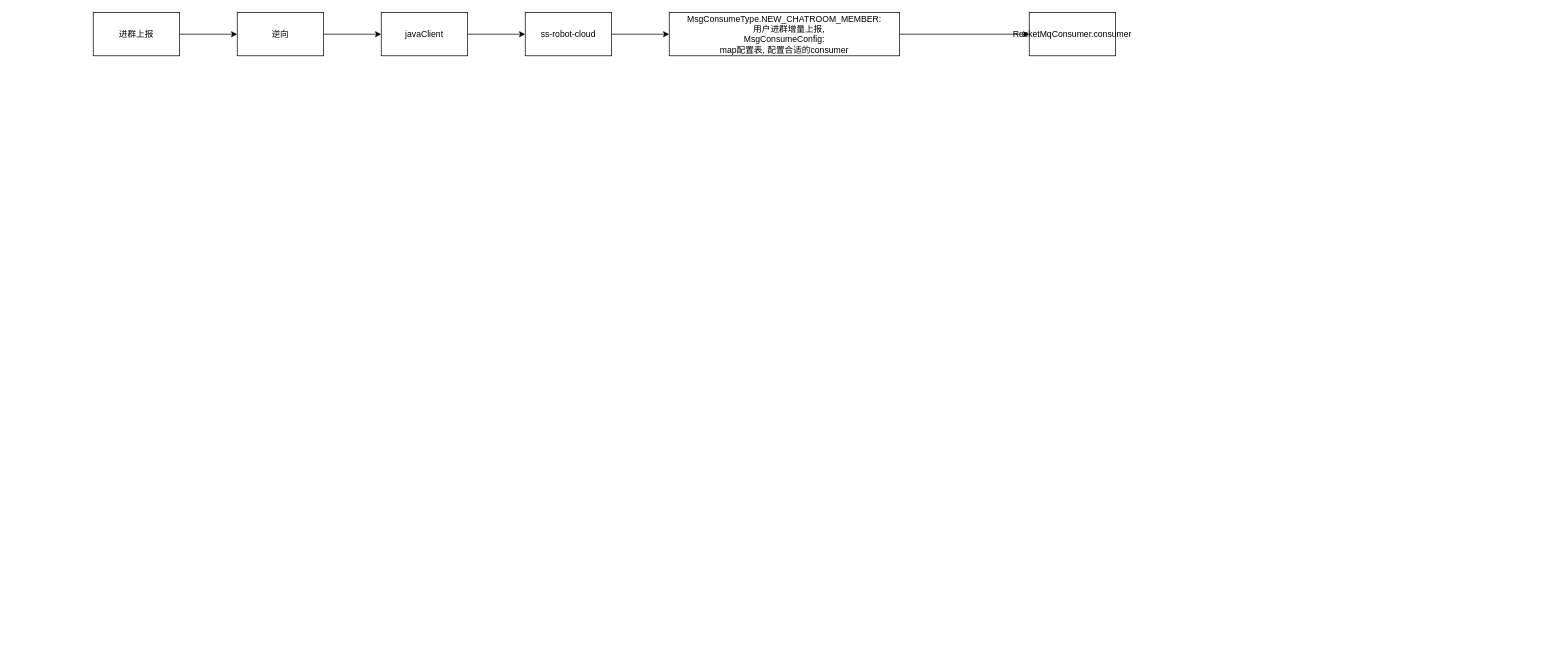
1819011603/- keeps this draw.io diagram as JoinChatRoom上报.drawio. Above is the earlier version. Source tidied: cells renumbered, new cells numbered last; positions are measured from the earlier drawing's top-left corner, leaving out a move shared by most shapes. Both pictures are drawn from the tidied source at 72%, with x=0, y=0 at pixel (93, 12).
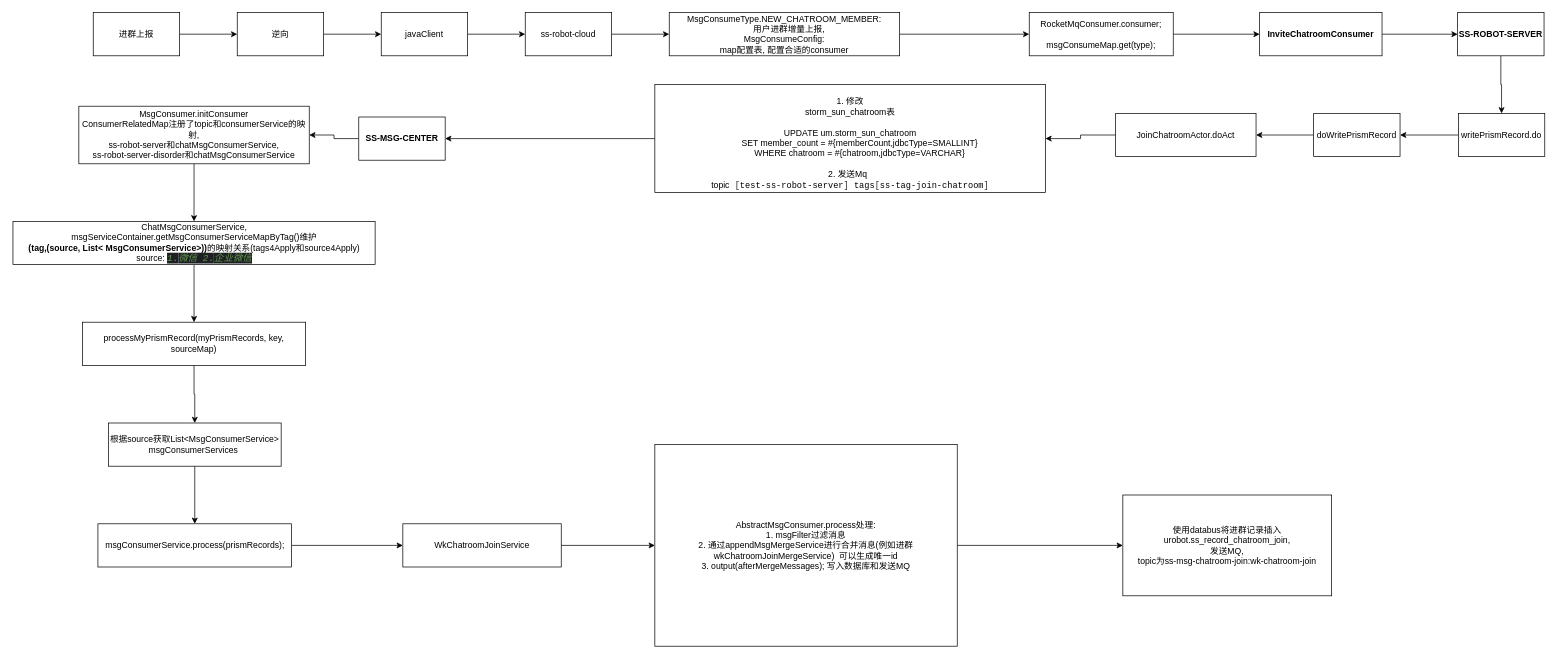
The same diagram, later.

What changed in the source:
```diff
@@
+    <mxCell id="13" style="edgeStyle=orthogonalEdgeStyle;rounded=0;jettySize=auto;html=1;" parent="1" edge="1" source="12" target="15">
+      <mxGeometry relative="1" as="geometry" />
+    </mxCell>
-    <mxCell id="12" value="RocketMqConsumer.consumer" style="whiteSpace=wrap;html=1;rounded=0;" parent="1" vertex="1">
-      <mxGeometry x="1300" width="120" height="60" as="geometry" />
+    <mxCell id="12" value="RocketMqConsumer.consumer;&lt;br&gt;&lt;br&gt;msgConsumeMap.get(type);" style="whiteSpace=wrap;html=1;rounded=0;" parent="1" vertex="1">
+      <mxGeometry x="1300" width="200" height="60" as="geometry" />
     </mxCell>
+    <mxCell id="14" style="edgeStyle=orthogonalEdgeStyle;rounded=0;jettySize=auto;html=1;" parent="1" edge="1" source="15" target="17">
+      <mxGeometry relative="1" as="geometry" />
+    </mxCell>
+    <mxCell id="15" value="&lt;b&gt;InviteChatroomConsumer&lt;/b&gt;" style="whiteSpace=wrap;html=1;rounded=0;" parent="1" vertex="1">
+      <mxGeometry x="1620" width="170" height="60" as="geometry" />
+    </mxCell>
+    <mxCell id="16" style="edgeStyle=orthogonalEdgeStyle;rounded=0;jettySize=auto;html=1;" parent="1" edge="1" source="17" target="19">
+      <mxGeometry relative="1" as="geometry" />
+    </mxCell>
+    <mxCell id="17" value="&lt;b&gt;SS-ROBOT-SERVER&lt;/b&gt;" style="whiteSpace=wrap;html=1;rounded=0;" parent="1" vertex="1">
+      <mxGeometry x="1895" width="120" height="60" as="geometry" />
+    </mxCell>
+    <mxCell id="18" style="edgeStyle=orthogonalEdgeStyle;rounded=0;jettySize=auto;html=1;" parent="1" edge="1" source="19" target="21">
+      <mxGeometry relative="1" as="geometry" />
+    </mxCell>
+    <mxCell id="19" value="writePrismRecord.do" style="whiteSpace=wrap;html=1;rounded=0;" parent="1" vertex="1">
+      <mxGeometry x="1896" y="140" width="120" height="60" as="geometry" />
+    </mxCell>
+    <mxCell id="20" style="edgeStyle=orthogonalEdgeStyle;rounded=0;jettySize=auto;html=1;" parent="1" edge="1" source="21" target="23">
+      <mxGeometry relative="1" as="geometry" />
+    </mxCell>
+    <mxCell id="21" value="doWritePrismRecord" style="whiteSpace=wrap;html=1;rounded=0;" parent="1" vertex="1">
+      <mxGeometry x="1695" y="140" width="120" height="60" as="geometry" />
+    </mxCell>
+    <mxCell id="22" style="edgeStyle=orthogonalEdgeStyle;rounded=0;jettySize=auto;html=1;" parent="1" edge="1" source="23" target="25">
+      <mxGeometry relative="1" as="geometry" />
+    </mxCell>
+    <mxCell id="23" value="JoinChatroomActor.doAct" style="whiteSpace=wrap;html=1;rounded=0;" parent="1" vertex="1">
+      <mxGeometry x="1420" y="140" width="195" height="60" as="geometry" />
+    </mxCell>
+    <mxCell id="24" style="edgeStyle=orthogonalEdgeStyle;rounded=0;jettySize=auto;html=1;" parent="1" edge="1" source="25" target="27">
+      <mxGeometry relative="1" as="geometry" />
+    </mxCell>
+    <mxCell id="25" value="&lt;div&gt;&lt;br&gt;&lt;/div&gt;&lt;div&gt;1. 修改&lt;/div&gt;storm_sun_chatroom表&lt;br&gt;&lt;br&gt;&lt;div&gt;UPDATE um.storm_sun_chatroom&lt;/div&gt;&lt;div&gt;&amp;nbsp; &amp;nbsp; &amp;nbsp; &amp;nbsp; SET member_count = #{memberCount,jdbcType=SMALLINT}&lt;/div&gt;&lt;div&gt;&amp;nbsp; &amp;nbsp; &amp;nbsp; &amp;nbsp; WHERE chatroom = #{chatroom,jdbcType=VARCHAR}&lt;/div&gt;&lt;div&gt;&lt;br&gt;&lt;/div&gt;&lt;div&gt;2. 发送Mq&amp;nbsp;&amp;nbsp;&lt;/div&gt;topic&lt;span style=&quot;margin: 0px; padding: 0px; box-sizing: border-box; color: rgb(38, 38, 38); font-family: &amp;quot;Roboto Mono&amp;quot;, Consolas, Menlo, Courier, monospace; text-align: start; background-color: rgb(255, 255, 255);&quot; class=&quot;&quot;&gt; &lt;/span&gt;&lt;span style=&quot;margin: 0px; padding: 0px; box-sizing: border-box; color: rgb(38, 38, 38); font-family: &amp;quot;Roboto Mono&amp;quot;, Consolas, Menlo, Courier, monospace; text-align: start; background-color: rgb(255, 255, 255);&quot; class=&quot;&quot;&gt;[&lt;/span&gt;&lt;span style=&quot;margin: 0px; padding: 0px; box-sizing: border-box; color: var(--sls-public-txt-color-primary); cursor: pointer; font-family: &amp;quot;Roboto Mono&amp;quot;, Consolas, Menlo, Courier, monospace; text-align: start; background-color: rgb(255, 255, 255);&quot; class=&quot;sls-logDisplay-str-style&quot;&gt;test-ss-robot-server&lt;/span&gt;&lt;span style=&quot;margin: 0px; padding: 0px; box-sizing: border-box; color: rgb(38, 38, 38); font-family: &amp;quot;Roboto Mono&amp;quot;, Consolas, Menlo, Courier, monospace; text-align: start; background-color: rgb(255, 255, 255);&quot; class=&quot;&quot;&gt;]&lt;/span&gt;&lt;span style=&quot;margin: 0px; padding: 0px; box-sizing: border-box; color: rgb(38, 38, 38); font-family: &amp;quot;Roboto Mono&amp;quot;, Consolas, Menlo, Courier, monospace; text-align: start; background-color: rgb(255, 255, 255);&quot; class=&quot;&quot;&gt; &lt;/span&gt;&lt;span style=&quot;margin: 0px; padding: 0px; box-sizing: border-box; color: var(--sls-public-txt-color-primary); cursor: pointer; font-family: &amp;quot;Roboto Mono&amp;quot;, Consolas, Menlo, Courier, monospace; text-align: start; background-color: rgb(255, 255, 255);&quot; class=&quot;sls-logDisplay-str-style&quot;&gt;tags&lt;/span&gt;&lt;span style=&quot;margin: 0px; padding: 0px; box-sizing: border-box; color: rgb(38, 38, 38); font-family: &amp;quot;Roboto Mono&amp;quot;, Consolas, Menlo, Courier, monospace; text-align: start; background-color: rgb(255, 255, 255);&quot; class=&quot;&quot;&gt;[&lt;/span&gt;&lt;span style=&quot;margin: 0px; padding: 0px; box-sizing: border-box; color: var(--sls-public-txt-color-primary); cursor: pointer; font-family: &amp;quot;Roboto Mono&amp;quot;, Consolas, Menlo, Courier, monospace; text-align: start; background-color: rgb(255, 255, 255);&quot; class=&quot;sls-logDisplay-str-style&quot;&gt;ss-tag-join-chatroom&lt;/span&gt;&lt;span style=&quot;margin: 0px; padding: 0px; box-sizing: border-box; color: rgb(38, 38, 38); font-family: &amp;quot;Roboto Mono&amp;quot;, Consolas, Menlo, Courier, monospace; text-align: start; background-color: rgb(255, 255, 255);&quot; class=&quot;&quot;&gt;]&lt;/span&gt;" style="whiteSpace=wrap;html=1;rounded=0;" parent="1" vertex="1">
+      <mxGeometry x="780" y="100" width="542.5" height="150" as="geometry" />
+    </mxCell>
+    <mxCell id="26" style="edgeStyle=orthogonalEdgeStyle;rounded=0;jettySize=auto;html=1;" parent="1" edge="1" source="27" target="29">
+      <mxGeometry relative="1" as="geometry" />
+    </mxCell>
+    <mxCell id="27" value="&lt;b&gt;SS-MSG-CENTER&lt;/b&gt;" style="whiteSpace=wrap;html=1;rounded=0;" parent="1" vertex="1">
+      <mxGeometry x="368.8" y="145" width="120" height="60" as="geometry" />
+    </mxCell>
+    <mxCell id="28" style="edgeStyle=orthogonalEdgeStyle;rounded=0;jettySize=auto;html=1;" parent="1" edge="1" source="29" target="31">
+      <mxGeometry relative="1" as="geometry" />
+    </mxCell>
+    <mxCell id="29" value="MsgConsumer.initConsumer&lt;br&gt;ConsumerRelatedMap注册了topic和consumerService的映射,&lt;br&gt;ss-robot-server和chatMsgConsumerService,&lt;br&gt;ss-robot-server-disorder和chatMsgConsumerService" style="whiteSpace=wrap;html=1;rounded=0;" parent="1" vertex="1">
+      <mxGeometry x="-20" y="130" width="320" height="80" as="geometry" />
+    </mxCell>
+    <mxCell id="30" style="edgeStyle=orthogonalEdgeStyle;rounded=0;jettySize=auto;html=1;" parent="1" edge="1" source="31" target="33">
+      <mxGeometry relative="1" as="geometry" />
+    </mxCell>
+    <mxCell id="31" value="ChatMsgConsumerService,&lt;br&gt;msgServiceContainer.getMsgConsumerServiceMapByTag()维护&lt;br&gt;&lt;b&gt;(tag,(source, List&amp;lt;&amp;nbsp;MsgConsumerService&amp;gt;))&lt;/b&gt;&lt;span style=&quot;background-color: initial;&quot;&gt;的映射关系(tags4Apply和&lt;/span&gt;source4Apply)&lt;br&gt;source:&amp;nbsp;&lt;span style=&quot;background-color: rgb(30, 31, 34); font-family: &amp;quot;JetBrains Mono&amp;quot;, monospace; font-size: 9.8pt; color: rgb(98, 151, 85); font-style: italic;&quot;&gt;1.&lt;/span&gt;&lt;span style=&quot;background-color: rgb(30, 31, 34); font-size: 9.8pt; color: rgb(98, 151, 85); font-style: italic; font-family: Menlo-Regular, monospace;&quot;&gt;微信 &lt;/span&gt;&lt;span style=&quot;background-color: rgb(30, 31, 34); font-family: &amp;quot;JetBrains Mono&amp;quot;, monospace; font-size: 9.8pt; color: rgb(98, 151, 85); font-style: italic;&quot;&gt;2.&lt;/span&gt;&lt;span style=&quot;background-color: rgb(30, 31, 34); font-size: 9.8pt; color: rgb(98, 151, 85); font-style: italic; font-family: Menlo-Regular, monospace;&quot;&gt;企业微信&lt;/span&gt;" style="whiteSpace=wrap;html=1;rounded=0;" parent="1" vertex="1">
+      <mxGeometry x="-111.5" y="290" width="503" height="60" as="geometry" />
+    </mxCell>
+    <mxCell id="32" style="edgeStyle=orthogonalEdgeStyle;rounded=0;jettySize=auto;html=1;" parent="1" edge="1" source="33" target="35">
+      <mxGeometry relative="1" as="geometry" />
+    </mxCell>
+    <mxCell id="33" value="processMyPrismRecord(myPrismRecords, key, sourceMap)" style="whiteSpace=wrap;html=1;rounded=0;" parent="1" vertex="1">
+      <mxGeometry x="-15" y="430" width="310" height="60" as="geometry" />
+    </mxCell>
+    <mxCell id="34" style="edgeStyle=orthogonalEdgeStyle;rounded=0;jettySize=auto;html=1;" parent="1" edge="1" source="35" target="37">
+      <mxGeometry relative="1" as="geometry" />
+    </mxCell>
+    <mxCell id="35" value="根据source获取List&amp;lt;MsgConsumerService&amp;gt; msgConsumerServices&amp;nbsp;" style="whiteSpace=wrap;html=1;rounded=0;" parent="1" vertex="1">
+      <mxGeometry x="21" y="570" width="240" height="60" as="geometry" />
+    </mxCell>
+    <mxCell id="36" style="edgeStyle=orthogonalEdgeStyle;rounded=0;jettySize=auto;html=1;" parent="1" edge="1" source="37" target="39">
+      <mxGeometry relative="1" as="geometry" />
+    </mxCell>
+    <mxCell id="37" value="msgConsumerService.process(prismRecords);" style="whiteSpace=wrap;html=1;rounded=0;" parent="1" vertex="1">
+      <mxGeometry x="6.5" y="710" width="269" height="60" as="geometry" />
+    </mxCell>
+    <mxCell id="38" style="edgeStyle=orthogonalEdgeStyle;rounded=0;jettySize=auto;html=1;" parent="1" edge="1" source="39" target="41">
+      <mxGeometry relative="1" as="geometry" />
+    </mxCell>
+    <mxCell id="39" value="WkChatroomJoinService" style="whiteSpace=wrap;html=1;rounded=0;" parent="1" vertex="1">
+      <mxGeometry x="430" y="710" width="220" height="60" as="geometry" />
+    </mxCell>
+    <mxCell id="40" style="edgeStyle=orthogonalEdgeStyle;rounded=0;jettySize=auto;html=1;" parent="1" edge="1" source="41" target="42">
+      <mxGeometry relative="1" as="geometry" />
+    </mxCell>
+    <mxCell id="41" value="AbstractMsgConsumer.process处理:&lt;br&gt;1.&amp;nbsp;msgFilter过滤消息&lt;br&gt;2. 通过appendMsgMergeService进行合并消息&lt;span style=&quot;background-color: initial;&quot;&gt;(例如进群&lt;/span&gt;&lt;span style=&quot;background-color: initial;&quot;&gt;wkChatroomJoinMergeService&lt;/span&gt;&lt;span style=&quot;background-color: initial;&quot;&gt;)&amp;nbsp; 可以生成唯一id&lt;br&gt;&lt;/span&gt;3.&amp;nbsp;output(afterMergeMessages); 写入数据库和发送MQ" style="whiteSpace=wrap;html=1;rounded=0;" parent="1" vertex="1">
+      <mxGeometry x="780" y="600" width="420" height="280" as="geometry" />
+    </mxCell>
+    <mxCell id="42" value="使用databus将进群记录插入urobot.ss_record_chatroom_join&lt;span style=&quot;background-color: initial;&quot;&gt;,&lt;/span&gt;&lt;br&gt;发送MQ,&lt;br&gt;topic为ss-msg-chatroom-join:wk-chatroom-join" style="whiteSpace=wrap;html=1;rounded=0;" parent="1" vertex="1">
+      <mxGeometry x="1430" y="670" width="290" height="140" as="geometry" />
+    </mxCell>
```
